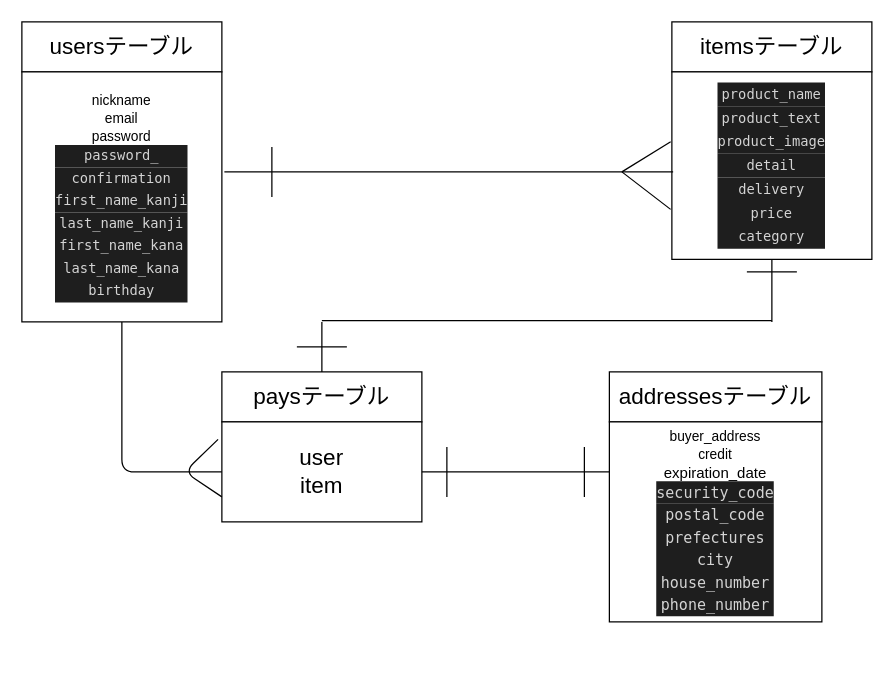
This is test.dio from maduya/furima-28123, a draw.io file, before an edit. Source tidied: cells renumbered, new cells numbered last; positions are measured from the earlier drawing's top-left corner, leaving out a move shared by most shapes. Both pictures are drawn from the tidied source at 125%, with x=0, y=0 at pixel (21, 21).
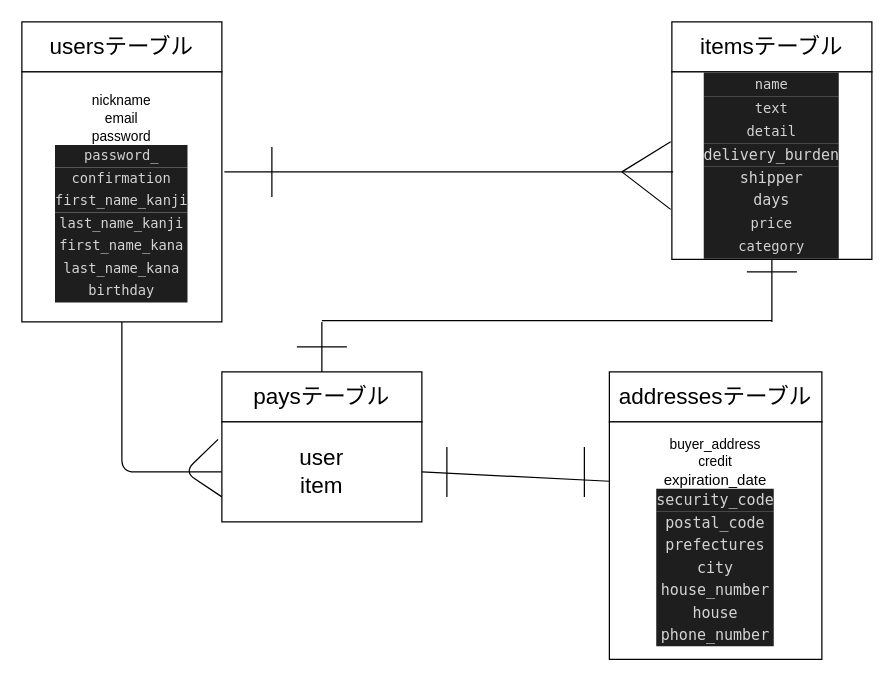
The same page after the edit.

Commit message (it also covers changes not shown here):
テーブルの作成ー修正3度目

Diff of the diagram source:
```diff
@@
-    <mxCell id="5" value="&lt;div style=&quot;color: rgb(212 , 212 , 212) ; background-color: rgb(30 , 30 , 30) ; font-family: &amp;#34;menlo&amp;#34; , &amp;#34;monaco&amp;#34; , &amp;#34;courier new&amp;#34; , monospace ; line-height: 18px&quot;&gt;&lt;font style=&quot;font-size: 11px&quot;&gt;product_name&lt;/font&gt;&lt;/div&gt;&lt;div style=&quot;color: rgb(212 , 212 , 212) ; background-color: rgb(30 , 30 , 30) ; font-family: &amp;#34;menlo&amp;#34; , &amp;#34;monaco&amp;#34; , &amp;#34;courier new&amp;#34; , monospace ; line-height: 18px&quot;&gt;&lt;font style=&quot;font-size: 11px&quot;&gt;product_text&lt;/font&gt;&lt;/div&gt;&lt;div style=&quot;color: rgb(212 , 212 , 212) ; background-color: rgb(30 , 30 , 30) ; font-family: &amp;#34;menlo&amp;#34; , &amp;#34;monaco&amp;#34; , &amp;#34;courier new&amp;#34; , monospace ; line-height: 18px&quot;&gt;&lt;font style=&quot;font-size: 11px&quot;&gt;product_image&lt;/font&gt;&lt;/div&gt;&lt;div style=&quot;color: rgb(212 , 212 , 212) ; background-color: rgb(30 , 30 , 30) ; font-family: &amp;#34;menlo&amp;#34; , &amp;#34;monaco&amp;#34; , &amp;#34;courier new&amp;#34; , monospace ; line-height: 18px&quot;&gt;&lt;font style=&quot;font-size: 11px&quot;&gt;detail&lt;/font&gt;&lt;/div&gt;&lt;div style=&quot;color: rgb(212 , 212 , 212) ; background-color: rgb(30 , 30 , 30) ; font-family: &amp;#34;menlo&amp;#34; , &amp;#34;monaco&amp;#34; , &amp;#34;courier new&amp;#34; , monospace ; line-height: 18px&quot;&gt;&lt;div style=&quot;line-height: 18px&quot;&gt;&lt;font style=&quot;font-size: 11px&quot;&gt;delivery&lt;/font&gt;&lt;/div&gt;&lt;div style=&quot;line-height: 18px&quot;&gt;&lt;div style=&quot;line-height: 18px&quot;&gt;&lt;font style=&quot;font-size: 11px&quot;&gt;price&lt;/font&gt;&lt;/div&gt;&lt;div style=&quot;line-height: 18px&quot;&gt;&lt;font style=&quot;font-size: 11px&quot;&gt;category&lt;/font&gt;&lt;/div&gt;&lt;/div&gt;&lt;/div&gt;" style="rounded=0;whiteSpace=wrap;html=1;" parent="1" vertex="1">
+    <mxCell id="5" value="&lt;div style=&quot;color: rgb(212 , 212 , 212) ; background-color: rgb(30 , 30 , 30) ; font-family: &amp;#34;menlo&amp;#34; , &amp;#34;monaco&amp;#34; , &amp;#34;courier new&amp;#34; , monospace ; line-height: 18px&quot;&gt;&lt;font style=&quot;font-size: 11px&quot;&gt;name&lt;/font&gt;&lt;/div&gt;&lt;div style=&quot;color: rgb(212 , 212 , 212) ; background-color: rgb(30 , 30 , 30) ; font-family: &amp;#34;menlo&amp;#34; , &amp;#34;monaco&amp;#34; , &amp;#34;courier new&amp;#34; , monospace ; line-height: 18px&quot;&gt;&lt;span style=&quot;font-size: 11px&quot;&gt;text&lt;/span&gt;&lt;/div&gt;&lt;div style=&quot;color: rgb(212 , 212 , 212) ; background-color: rgb(30 , 30 , 30) ; font-family: &amp;#34;menlo&amp;#34; , &amp;#34;monaco&amp;#34; , &amp;#34;courier new&amp;#34; , monospace ; line-height: 18px&quot;&gt;&lt;span style=&quot;font-size: 11px&quot;&gt;detail&lt;/span&gt;&lt;br&gt;&lt;/div&gt;&lt;div style=&quot;color: rgb(212 , 212 , 212) ; background-color: rgb(30 , 30 , 30) ; font-family: &amp;#34;menlo&amp;#34; , &amp;#34;monaco&amp;#34; , &amp;#34;courier new&amp;#34; , monospace ; line-height: 18px&quot;&gt;&lt;div style=&quot;font-family: &amp;#34;menlo&amp;#34; , &amp;#34;monaco&amp;#34; , &amp;#34;courier new&amp;#34; , monospace ; line-height: 18px&quot;&gt;delivery_burden&lt;/div&gt;&lt;/div&gt;&lt;div style=&quot;color: rgb(212 , 212 , 212) ; background-color: rgb(30 , 30 , 30) ; font-family: &amp;#34;menlo&amp;#34; , &amp;#34;monaco&amp;#34; , &amp;#34;courier new&amp;#34; , monospace ; line-height: 18px&quot;&gt;&lt;div style=&quot;line-height: 18px&quot;&gt;&lt;span style=&quot;font-family: &amp;#34;menlo&amp;#34; , &amp;#34;monaco&amp;#34; , &amp;#34;courier new&amp;#34; , monospace&quot;&gt;shipper&lt;/span&gt;&lt;/div&gt;&lt;div style=&quot;line-height: 18px&quot;&gt;&lt;div style=&quot;font-family: &amp;#34;menlo&amp;#34; , &amp;#34;monaco&amp;#34; , &amp;#34;courier new&amp;#34; , monospace ; line-height: 18px&quot;&gt;days&lt;/div&gt;&lt;/div&gt;&lt;div style=&quot;line-height: 18px&quot;&gt;&lt;div style=&quot;line-height: 18px&quot;&gt;&lt;font style=&quot;font-size: 11px&quot;&gt;price&lt;/font&gt;&lt;/div&gt;&lt;div style=&quot;line-height: 18px&quot;&gt;&lt;font style=&quot;font-size: 11px&quot;&gt;category&lt;/font&gt;&lt;/div&gt;&lt;/div&gt;&lt;/div&gt;" style="rounded=0;whiteSpace=wrap;html=1;" parent="1" vertex="1">
       <mxGeometry x="520" y="40" width="160" height="150" as="geometry" />
     </mxCell>
@@
-    <mxCell id="9" value="&lt;font&gt;&lt;font style=&quot;font-size: 11px&quot;&gt;buyer_address&lt;br&gt;credit&lt;br&gt;&lt;/font&gt;expiration_date&lt;br&gt;&lt;div style=&quot;color: rgb(212 , 212 , 212) ; background-color: rgb(30 , 30 , 30) ; font-family: &amp;#34;menlo&amp;#34; , &amp;#34;monaco&amp;#34; , &amp;#34;courier new&amp;#34; , monospace ; line-height: 18px&quot;&gt;security_code&lt;/div&gt;&lt;div style=&quot;color: rgb(212 , 212 , 212) ; background-color: rgb(30 , 30 , 30) ; font-family: &amp;#34;menlo&amp;#34; , &amp;#34;monaco&amp;#34; , &amp;#34;courier new&amp;#34; , monospace ; line-height: 18px&quot;&gt;&lt;div style=&quot;font-family: &amp;#34;menlo&amp;#34; , &amp;#34;monaco&amp;#34; , &amp;#34;courier new&amp;#34; , monospace ; line-height: 18px&quot;&gt;postal_code&lt;/div&gt;&lt;div style=&quot;font-family: &amp;#34;menlo&amp;#34; , &amp;#34;monaco&amp;#34; , &amp;#34;courier new&amp;#34; , monospace ; line-height: 18px&quot;&gt;&lt;div style=&quot;font-family: &amp;#34;menlo&amp;#34; , &amp;#34;monaco&amp;#34; , &amp;#34;courier new&amp;#34; , monospace ; line-height: 18px&quot;&gt;prefectures&lt;/div&gt;&lt;div style=&quot;font-family: &amp;#34;menlo&amp;#34; , &amp;#34;monaco&amp;#34; , &amp;#34;courier new&amp;#34; , monospace ; line-height: 18px&quot;&gt;city&lt;/div&gt;&lt;div style=&quot;font-family: &amp;#34;menlo&amp;#34; , &amp;#34;monaco&amp;#34; , &amp;#34;courier new&amp;#34; , monospace ; line-height: 18px&quot;&gt;&lt;div style=&quot;font-family: &amp;#34;menlo&amp;#34; , &amp;#34;monaco&amp;#34; , &amp;#34;courier new&amp;#34; , monospace ; line-height: 18px&quot;&gt;house_number&lt;/div&gt;&lt;div style=&quot;font-family: &amp;#34;menlo&amp;#34; , &amp;#34;monaco&amp;#34; , &amp;#34;courier new&amp;#34; , monospace ; line-height: 18px&quot;&gt;&lt;div style=&quot;line-height: 18px&quot;&gt;phone_number&lt;/div&gt;&lt;/div&gt;&lt;/div&gt;&lt;/div&gt;&lt;/div&gt;&lt;/font&gt;" style="rounded=0;whiteSpace=wrap;html=1;" parent="1" vertex="1">
-      <mxGeometry x="470" y="320" width="170" height="160" as="geometry" />
+    <mxCell id="9" value="&lt;font&gt;&lt;font style=&quot;font-size: 11px&quot;&gt;buyer_address&lt;br&gt;credit&lt;br&gt;&lt;/font&gt;expiration_date&lt;br&gt;&lt;div style=&quot;color: rgb(212 , 212 , 212) ; background-color: rgb(30 , 30 , 30) ; font-family: &amp;#34;menlo&amp;#34; , &amp;#34;monaco&amp;#34; , &amp;#34;courier new&amp;#34; , monospace ; line-height: 18px&quot;&gt;security_code&lt;/div&gt;&lt;div style=&quot;color: rgb(212 , 212 , 212) ; background-color: rgb(30 , 30 , 30) ; font-family: &amp;#34;menlo&amp;#34; , &amp;#34;monaco&amp;#34; , &amp;#34;courier new&amp;#34; , monospace ; line-height: 18px&quot;&gt;&lt;div style=&quot;font-family: &amp;#34;menlo&amp;#34; , &amp;#34;monaco&amp;#34; , &amp;#34;courier new&amp;#34; , monospace ; line-height: 18px&quot;&gt;postal_code&lt;/div&gt;&lt;div style=&quot;font-family: &amp;#34;menlo&amp;#34; , &amp;#34;monaco&amp;#34; , &amp;#34;courier new&amp;#34; , monospace ; line-height: 18px&quot;&gt;&lt;div style=&quot;font-family: &amp;#34;menlo&amp;#34; , &amp;#34;monaco&amp;#34; , &amp;#34;courier new&amp;#34; , monospace ; line-height: 18px&quot;&gt;prefectures&lt;/div&gt;&lt;div style=&quot;font-family: &amp;#34;menlo&amp;#34; , &amp;#34;monaco&amp;#34; , &amp;#34;courier new&amp;#34; , monospace ; line-height: 18px&quot;&gt;city&lt;/div&gt;&lt;div style=&quot;font-family: &amp;#34;menlo&amp;#34; , &amp;#34;monaco&amp;#34; , &amp;#34;courier new&amp;#34; , monospace ; line-height: 18px&quot;&gt;&lt;div style=&quot;font-family: &amp;#34;menlo&amp;#34; , &amp;#34;monaco&amp;#34; , &amp;#34;courier new&amp;#34; , monospace ; line-height: 18px&quot;&gt;house_number&lt;/div&gt;&lt;div style=&quot;font-family: &amp;#34;menlo&amp;#34; , &amp;#34;monaco&amp;#34; , &amp;#34;courier new&amp;#34; , monospace ; line-height: 18px&quot;&gt;house&lt;/div&gt;&lt;div style=&quot;font-family: &amp;#34;menlo&amp;#34; , &amp;#34;monaco&amp;#34; , &amp;#34;courier new&amp;#34; , monospace ; line-height: 18px&quot;&gt;&lt;div style=&quot;line-height: 18px&quot;&gt;phone_number&lt;/div&gt;&lt;/div&gt;&lt;/div&gt;&lt;/div&gt;&lt;/div&gt;&lt;/font&gt;" style="rounded=0;whiteSpace=wrap;html=1;" parent="1" vertex="1">
+      <mxGeometry x="470" y="320" width="170" height="190" as="geometry" />
     </mxCell>
```
